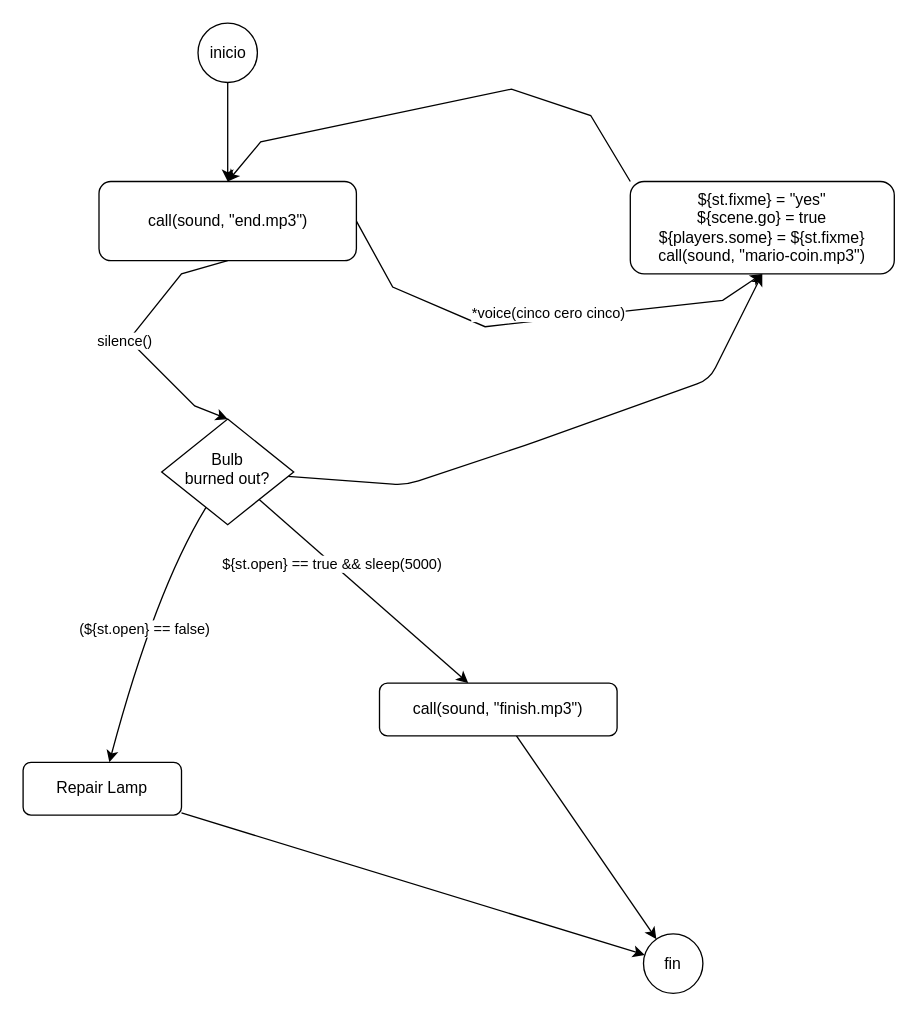
The draw.io diagram data/ue/scenes/caso1.drawio in ejfdelgado/ejflab, before the edit. Source tidied: cells renumbered, new cells numbered last; positions are measured from the earlier drawing's top-left corner, leaving out a move shared by most shapes. Both pictures are drawn from the tidied source at 132%, with x=0, y=0 at pixel (22, 22).
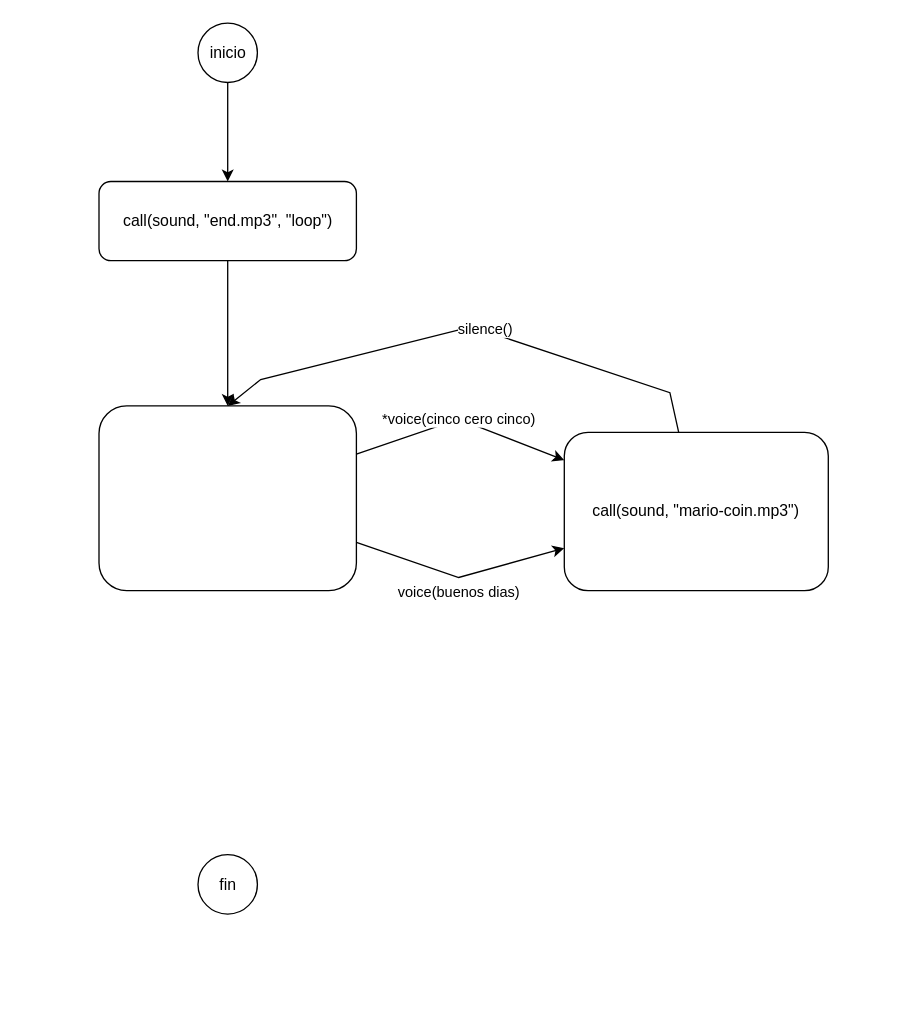
Above is the later version.

What changed in the source:
```diff
@@
-    <mxCell id="2" style="edgeStyle=none;html=1;strokeColor=default;exitX=1;exitY=0.5;exitDx=0;exitDy=0;rounded=0;entryX=0.5;entryY=1;entryDx=0;entryDy=0;" parent="1" edge="1" source="19" target="7">
-      <mxGeometry relative="1" as="geometry">
-        <Array as="points">
-          <mxPoint x="280" y="200" />
-          <mxPoint x="350" y="230" />
-          <mxPoint x="530" y="210" />
-        </Array>
-      </mxGeometry>
-    </mxCell>
+    <mxCell id="6" style="edgeStyle=none;rounded=0;html=1;entryX=0.5;entryY=0;entryDx=0;entryDy=0;" parent="1" edge="1" source="7" target="19">
+      <mxGeometry relative="1" as="geometry">
+        <Array as="points">
+          <mxPoint x="490" y="280" />
+          <mxPoint x="340" y="230" />
+          <mxPoint x="180" y="270" />
+        </Array>
+      </mxGeometry>
+    </mxCell>
+    <mxCell id="5" value="silence()" style="edgeLabel;html=1;align=center;verticalAlign=middle;" parent="6" vertex="1">
+      <mxGeometry x="-0.07" y="-2" relative="1" as="geometry" />
+    </mxCell>
+    <mxCell id="7" value="call(sound, &quot;mario-coin.mp3&quot;)" style="rounded=1;whiteSpace=wrap;html=1;fontSize=12;glass=0;strokeWidth=1;shadow=0;" parent="1" vertex="1">
+      <mxGeometry x="410" y="310" width="200" height="120" as="geometry" />
+    </mxCell>
+    <mxCell id="21" style="edgeStyle=none;rounded=0;html=1;" parent="1" edge="1" source="18" target="26">
+      <mxGeometry relative="1" as="geometry" />
+    </mxCell>
+    <mxCell id="18" value="inicio" style="ellipse;whiteSpace=wrap;html=1;" parent="1" vertex="1">
+      <mxGeometry x="132.5" width="45" height="45" as="geometry" />
+    </mxCell>
+    <mxCell id="22" style="edgeStyle=none;rounded=0;html=1;" parent="1" edge="1" source="19" target="7">
+      <mxGeometry relative="1" as="geometry">
+        <Array as="points">
+          <mxPoint x="330" y="300" />
+        </Array>
+      </mxGeometry>
+    </mxCell>
-    <mxCell id="3" value="*voice(cinco cero cinco)" style="edgeLabel;html=1;align=center;verticalAlign=middle;" parent="2" vertex="1">
-      <mxGeometry x="0.16" y="2" relative="1" as="geometry">
-        <mxPoint x="-22" y="-1" as="offset" />
+    <mxCell id="3" value="*voice(cinco cero cinco)" style="edgeLabel;html=1;align=center;verticalAlign=middle;" parent="22" vertex="1">
+      <mxGeometry x="-0.27" y="1" relative="1" as="geometry">
+        <mxPoint x="20" y="-6" as="offset" />
       </mxGeometry>
     </mxCell>
-    <mxCell id="4" style="edgeStyle=none;html=1;strokeColor=default;exitX=0.5;exitY=1;exitDx=0;exitDy=0;rounded=0;entryX=0.5;entryY=0;entryDx=0;entryDy=0;" parent="1" edge="1" source="19" target="12">
-      <mxGeometry relative="1" as="geometry">
-        <Array as="points">
-          <mxPoint x="120" y="190" />
-          <mxPoint x="80" y="240" />
-          <mxPoint x="130" y="290" />
-        </Array>
-      </mxGeometry>
-    </mxCell>
-    <mxCell id="5" value="silence()" style="edgeLabel;html=1;align=center;verticalAlign=middle;" parent="4" vertex="1">
-      <mxGeometry x="-0.3" y="1" relative="1" as="geometry">
-        <mxPoint x="-24" y="24" as="offset" />
-      </mxGeometry>
-    </mxCell>
-    <mxCell id="6" style="edgeStyle=none;html=1;entryX=0.5;entryY=0;entryDx=0;entryDy=0;strokeColor=default;exitX=0;exitY=0;exitDx=0;exitDy=0;rounded=0;" parent="1" edge="1" source="7" target="19">
-      <mxGeometry relative="1" as="geometry">
-        <Array as="points">
-          <mxPoint x="430" y="70" />
-          <mxPoint x="370" y="50" />
-          <mxPoint x="180" y="90" />
-        </Array>
-      </mxGeometry>
-    </mxCell>
-    <mxCell id="7" value="${st.fixme} = &quot;yes&quot;&lt;br&gt;${scene.go} = true&lt;br&gt;${players.some} = ${st.fixme}&lt;br&gt;call(sound, &quot;mario-coin.mp3&quot;)" style="rounded=1;whiteSpace=wrap;html=1;fontSize=12;glass=0;strokeWidth=1;shadow=0;" parent="1" vertex="1">
-      <mxGeometry x="460" y="120" width="200" height="70" as="geometry" />
-    </mxCell>
-    <mxCell id="8" style="edgeStyle=none;curved=1;html=1;strokeColor=default;" parent="1" edge="1" source="12" target="16">
-      <mxGeometry relative="1" as="geometry" />
-    </mxCell>
-    <mxCell id="9" value="${st.open} == true &amp;amp;&amp;amp; sleep(5000)" style="edgeLabel;html=1;align=center;verticalAlign=middle;" parent="8" vertex="1">
-      <mxGeometry x="-0.31" relative="1" as="geometry" />
-    </mxCell>
-    <mxCell id="10" value="(${st.open} == false)" style="edgeStyle=none;curved=1;html=1;strokeColor=default;" parent="1" edge="1" source="12" target="14">
-      <mxGeometry relative="1" as="geometry">
-        <Array as="points">
-          <mxPoint x="100" y="430" />
-        </Array>
-      </mxGeometry>
-    </mxCell>
-    <mxCell id="11" style="edgeStyle=none;html=1;entryX=0.5;entryY=1;entryDx=0;entryDy=0;" parent="1" edge="1" source="12" target="7">
-      <mxGeometry relative="1" as="geometry">
-        <Array as="points">
-          <mxPoint x="290" y="350" />
-          <mxPoint x="380" y="320" />
-          <mxPoint x="520" y="270" />
-        </Array>
-      </mxGeometry>
-    </mxCell>
-    <mxCell id="12" value="Bulb&lt;br&gt;burned out?" style="rhombus;whiteSpace=wrap;html=1;shadow=0;fontFamily=Helvetica;fontSize=12;align=center;strokeWidth=1;spacing=6;spacingTop=-4;" parent="1" vertex="1">
-      <mxGeometry x="105" y="300" width="100" height="80" as="geometry" />
-    </mxCell>
-    <mxCell id="13" style="edgeStyle=none;html=1;" parent="1" edge="1" source="14" target="20">
-      <mxGeometry relative="1" as="geometry" />
-    </mxCell>
-    <mxCell id="14" value="Repair Lamp" style="rounded=1;whiteSpace=wrap;html=1;fontSize=12;glass=0;strokeWidth=1;shadow=0;" parent="1" vertex="1">
-      <mxGeometry y="560" width="120" height="40" as="geometry" />
-    </mxCell>
-    <mxCell id="15" style="edgeStyle=none;html=1;" parent="1" edge="1" source="16" target="20">
-      <mxGeometry relative="1" as="geometry" />
-    </mxCell>
-    <mxCell id="16" value="call(sound, &quot;finish.mp3&quot;)" style="rounded=1;whiteSpace=wrap;html=1;fontSize=12;glass=0;strokeWidth=1;shadow=0;" parent="1" vertex="1">
-      <mxGeometry x="270" y="500" width="180" height="40" as="geometry" />
-    </mxCell>
-    <mxCell id="17" style="edgeStyle=none;html=1;" parent="1" edge="1" source="18" target="19">
-      <mxGeometry relative="1" as="geometry" />
-    </mxCell>
-    <mxCell id="18" value="inicio" style="ellipse;whiteSpace=wrap;html=1;" parent="1" vertex="1">
-      <mxGeometry x="132.5" width="45" height="45" as="geometry" />
-    </mxCell>
+    <mxCell id="23" style="edgeStyle=none;rounded=0;html=1;" parent="1" edge="1" source="19" target="7">
+      <mxGeometry relative="1" as="geometry">
+        <Array as="points">
+          <mxPoint x="330" y="420" />
+        </Array>
+      </mxGeometry>
+    </mxCell>
+    <mxCell id="24" value="voice(buenos dias)" style="edgeLabel;html=1;align=center;verticalAlign=middle;" parent="23" vertex="1">
+      <mxGeometry x="0.12" y="-3" relative="1" as="geometry">
+        <mxPoint x="-11" y="10" as="offset" />
+      </mxGeometry>
+    </mxCell>
-    <mxCell id="19" value="call(sound, &quot;end.mp3&quot;)" style="rounded=1;whiteSpace=wrap;html=1;" parent="1" vertex="1">
-      <mxGeometry x="57.5" y="120" width="195" height="60" as="geometry" />
+    <mxCell id="19" style="rounded=1;whiteSpace=wrap;html=1;" parent="1" vertex="1">
+      <mxGeometry x="57.5" y="290" width="195" height="140" as="geometry" />
     </mxCell>
     <mxCell id="20" value="fin" style="ellipse;whiteSpace=wrap;html=1;" parent="1" vertex="1">
-      <mxGeometry x="470" y="690" width="45" height="45" as="geometry" />
+      <mxGeometry x="132.5" y="630" width="45" height="45" as="geometry" />
     </mxCell>
+    <mxCell id="25" style="edgeStyle=none;rounded=0;html=1;" parent="1" edge="1" source="26" target="19">
+      <mxGeometry relative="1" as="geometry" />
+    </mxCell>
+    <mxCell id="26" value="call(sound, &quot;end.mp3&quot;, &quot;loop&quot;)" style="rounded=1;whiteSpace=wrap;html=1;" parent="1" vertex="1">
+      <mxGeometry x="57.5" y="120" width="195" height="60" as="geometry" />
+    </mxCell>
```
